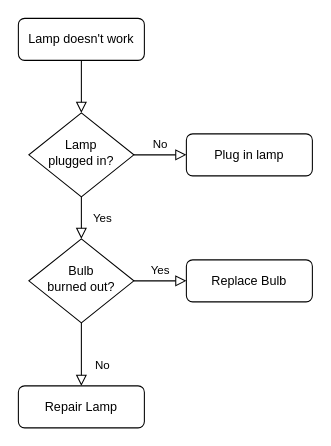
shakl/django keeps this draw.io diagram as Untitled Diagram.drawio. Above is the earlier version. Source tidied: cells renumbered, new cells numbered last; positions are measured from the earlier drawing's top-left corner, leaving out a move shared by most shapes. Both pictures are drawn from the tidied source at 105%, with x=0, y=0 at pixel (18, 18).
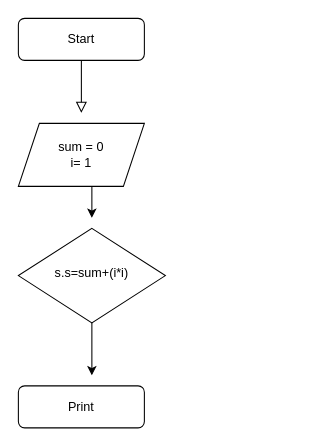
The same diagram, later.

What changed in the source:
```diff
@@
 <mxGraphModel>
   <root>
     <mxCell id="0" />
     <mxCell id="1" parent="0" />
-    <mxCell id="2" style="rounded=0;html=1;jettySize=auto;fontSize=11;endArrow=block;endFill=0;endSize=8;strokeWidth=1;shadow=0;labelBackgroundColor=none;edgeStyle=orthogonalEdgeStyle;" parent="1" edge="1" source="3" target="6">
-      <mxGeometry relative="1" as="geometry" />
+    <mxCell id="2" style="rounded=0;html=1;jettySize=auto;fontSize=11;endArrow=block;endFill=0;endSize=8;strokeWidth=1;shadow=0;labelBackgroundColor=none;edgeStyle=orthogonalEdgeStyle;" parent="1" edge="1" source="3">
+      <mxGeometry relative="1" as="geometry">
+        <mxPoint x="60" y="90" as="targetPoint" />
+      </mxGeometry>
     </mxCell>
-    <mxCell id="3" value="Lamp doesn't work" style="rounded=1;whiteSpace=wrap;html=1;fontSize=12;glass=0;strokeWidth=1;shadow=0;" parent="1" vertex="1">
+    <mxCell id="3" value="Start" style="rounded=1;whiteSpace=wrap;html=1;fontSize=12;glass=0;strokeWidth=1;shadow=0;" parent="1" vertex="1">
       <mxGeometry width="120" height="40" as="geometry" />
     </mxCell>
-    <mxCell id="4" value="Yes" style="rounded=0;html=1;jettySize=auto;fontSize=11;endArrow=block;endFill=0;endSize=8;strokeWidth=1;shadow=0;labelBackgroundColor=none;edgeStyle=orthogonalEdgeStyle;" parent="1" edge="1" source="6" target="10">
-      <mxGeometry y="20" relative="1" as="geometry" />
-    </mxCell>
-    <mxCell id="5" value="No" style="edgeStyle=orthogonalEdgeStyle;rounded=0;html=1;jettySize=auto;fontSize=11;endArrow=block;endFill=0;endSize=8;strokeWidth=1;shadow=0;labelBackgroundColor=none;" parent="1" edge="1" source="6" target="7">
-      <mxGeometry y="10" relative="1" as="geometry" />
-    </mxCell>
-    <mxCell id="6" value="Lamp&lt;br&gt;plugged in?" style="rhombus;whiteSpace=wrap;html=1;shadow=0;fontFamily=Helvetica;fontSize=12;align=center;strokeWidth=1;spacing=6;spacingTop=-4;" parent="1" vertex="1">
-      <mxGeometry x="10" y="90" width="100" height="80" as="geometry" />
-    </mxCell>
-    <mxCell id="7" value="Plug in lamp" style="rounded=1;whiteSpace=wrap;html=1;fontSize=12;glass=0;strokeWidth=1;shadow=0;" parent="1" vertex="1">
-      <mxGeometry x="160" y="110" width="120" height="40" as="geometry" />
-    </mxCell>
-    <mxCell id="8" value="No" style="rounded=0;html=1;jettySize=auto;fontSize=11;endArrow=block;endFill=0;endSize=8;strokeWidth=1;shadow=0;labelBackgroundColor=none;edgeStyle=orthogonalEdgeStyle;" parent="1" edge="1" source="10" target="11">
-      <mxGeometry x="0.33" y="20" relative="1" as="geometry" />
-    </mxCell>
-    <mxCell id="9" value="Yes" style="edgeStyle=orthogonalEdgeStyle;rounded=0;html=1;jettySize=auto;fontSize=11;endArrow=block;endFill=0;endSize=8;strokeWidth=1;shadow=0;labelBackgroundColor=none;" parent="1" edge="1" source="10" target="12">
-      <mxGeometry y="10" relative="1" as="geometry" />
-    </mxCell>
-    <mxCell id="10" value="Bulb&lt;br&gt;burned out?" style="rhombus;whiteSpace=wrap;html=1;shadow=0;fontFamily=Helvetica;fontSize=12;align=center;strokeWidth=1;spacing=6;spacingTop=-4;" parent="1" vertex="1">
-      <mxGeometry x="10" y="210" width="100" height="80" as="geometry" />
+    <mxCell id="10" value="s.s=sum+(i*i)" style="rhombus;whiteSpace=wrap;html=1;shadow=0;fontFamily=Helvetica;fontSize=12;align=center;strokeWidth=1;spacing=6;spacingTop=-4;" parent="1" vertex="1">
+      <mxGeometry y="200" width="140" height="90" as="geometry" />
     </mxCell>
-    <mxCell id="11" value="Repair Lamp" style="rounded=1;whiteSpace=wrap;html=1;fontSize=12;glass=0;strokeWidth=1;shadow=0;" parent="1" vertex="1">
+    <mxCell id="11" value="Print" style="rounded=1;whiteSpace=wrap;html=1;fontSize=12;glass=0;strokeWidth=1;shadow=0;" parent="1" vertex="1">
       <mxGeometry y="350" width="120" height="40" as="geometry" />
     </mxCell>
-    <mxCell id="12" value="Replace Bulb" style="rounded=1;whiteSpace=wrap;html=1;fontSize=12;glass=0;strokeWidth=1;shadow=0;" parent="1" vertex="1">
-      <mxGeometry x="160" y="230" width="120" height="40" as="geometry" />
-    </mxCell>
+    <mxCell id="13" value="sum = 0&lt;br&gt;i= 1" style="shape=parallelogram;perimeter=parallelogramPerimeter;whiteSpace=wrap;html=1;fixedSize=1;" parent="1" vertex="1">
+      <mxGeometry y="100" width="120" height="60" as="geometry" />
+    </mxCell>
+    <mxCell id="14" style="endArrow=classic;html=1;rounded=0;" parent="1" edge="1">
+      <mxGeometry relative="1" as="geometry">
+        <mxPoint x="70" y="290" as="sourcePoint" />
+        <mxPoint x="70" y="340" as="targetPoint" />
+      </mxGeometry>
+    </mxCell>
+    <mxCell id="15" style="endArrow=classic;html=1;rounded=0;" parent="1" edge="1">
+      <mxGeometry relative="1" as="geometry">
+        <mxPoint x="70" y="160" as="sourcePoint" />
+        <mxPoint x="70" y="190" as="targetPoint" />
+      </mxGeometry>
+    </mxCell>
   </root>
 </mxGraphModel>
```
